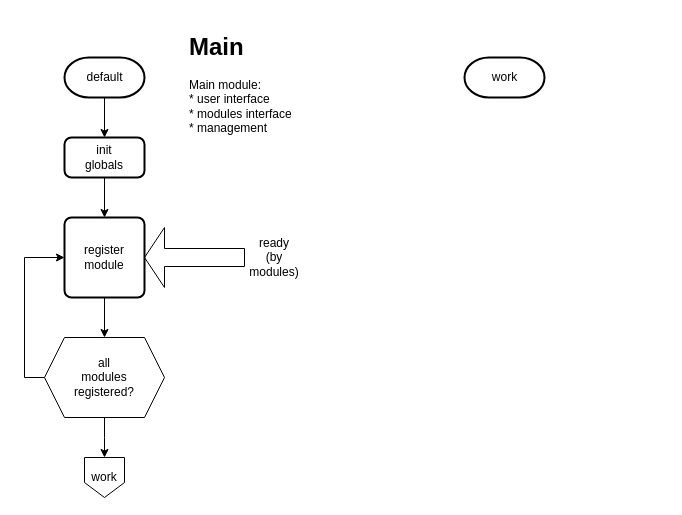
This is NaviSysLite3.drawio from ElweThor/FlowCharts, a draw.io file, before an edit. Source tidied: cells renumbered, new cells numbered last; positions are measured from the earlier drawing's top-left corner, leaving out a move shared by most shapes. Both pictures are drawn from the tidied source at 100%, with x=0, y=0 at pixel (44, 27).
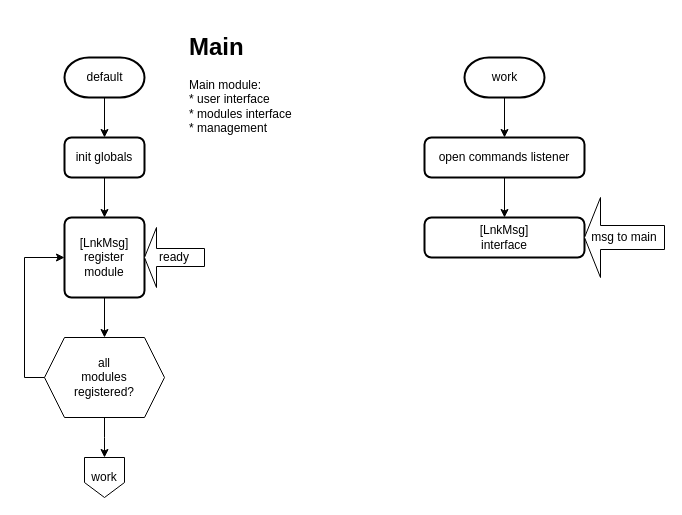
Above is the later version.

The change refers to these unchanged cells:
```xml
<mxCell id="23" value="work" style="shape=mxgraph.flowchart.terminator;strokeWidth=2;gradientColor=none;gradientDirection=north;fontStyle=0;html=1;" parent="1" vertex="1">
  <mxGeometry x="420" y="30" width="80" height="40" as="geometry" />
</mxCell>
```

Diff of the diagram source:
```diff
@@
-    <mxCell id="3" style="group;" parent="1" vertex="1">
-      <mxGeometry x="20" y="110" width="80" height="40" as="geometry" />
-    </mxCell>
-    <mxCell id="4" style="rounded=1;whiteSpace=wrap;html=1;absoluteArcSize=1;arcSize=14;strokeWidth=2;" parent="3" vertex="1">
-      <mxGeometry width="80" height="40" as="geometry" />
-    </mxCell>
-    <mxCell id="5" value="&lt;div&gt;init globals&lt;br&gt;&lt;/div&gt;" style="text;html=1;strokeColor=none;fillColor=none;align=center;verticalAlign=middle;whiteSpace=wrap;rounded=0;" parent="3" vertex="1">
-      <mxGeometry x="24" y="16" width="32" height="8" as="geometry" />
-    </mxCell>
@@
-    <mxCell id="13" style="group;" parent="1" vertex="1">
-      <mxGeometry x="100" y="200" width="150" height="60" as="geometry" />
-    </mxCell>
-    <mxCell id="14" style="shape=singleArrow;direction=west;whiteSpace=wrap;html=1;" parent="13" vertex="1">
-      <mxGeometry width="100" height="60" as="geometry" />
-    </mxCell>
-    <mxCell id="15" value="&lt;div&gt;ready (by modules)&lt;/div&gt;" style="text;html=1;strokeColor=none;fillColor=none;align=center;verticalAlign=middle;whiteSpace=wrap;rounded=0;" parent="13" vertex="1">
-      <mxGeometry x="110" y="20" width="40" height="20" as="geometry" />
-    </mxCell>
-    <mxCell id="16" style="group;" parent="1" vertex="1">
-      <mxGeometry x="20" y="190" width="80" height="80" as="geometry" />
-    </mxCell>
-    <mxCell id="17" style="rounded=1;whiteSpace=wrap;html=1;absoluteArcSize=1;arcSize=14;strokeWidth=2;" parent="16" vertex="1">
-      <mxGeometry width="80" height="80" as="geometry" />
-    </mxCell>
-    <mxCell id="18" value="register module" style="text;html=1;strokeColor=none;fillColor=none;align=center;verticalAlign=middle;whiteSpace=wrap;rounded=0;" parent="16" vertex="1">
-      <mxGeometry x="20" y="30" width="40" height="20" as="geometry" />
-    </mxCell>
@@
+    <mxCell id="24" style="edgeStyle=orthogonalEdgeStyle;rounded=0;jettySize=auto;html=1;exitX=0.5;exitY=1;exitDx=0;exitDy=0;exitPerimeter=0;entryX=0.5;entryY=0;entryDx=0;entryDy=0;" parent="1" edge="1" source="23" target="26">
+      <mxGeometry relative="1" as="geometry" />
+    </mxCell>
@@
+    <mxCell id="25" style="edgeStyle=orthogonalEdgeStyle;rounded=0;jettySize=auto;html=1;exitX=0.5;exitY=1;exitDx=0;exitDy=0;entryX=0.5;entryY=0;entryDx=0;entryDy=0;" parent="1" edge="1" source="26" target="27">
+      <mxGeometry relative="1" as="geometry" />
+    </mxCell>
+    <mxCell id="26" value="open commands listener" style="rounded=1;whiteSpace=wrap;html=1;absoluteArcSize=1;arcSize=14;strokeWidth=2;" parent="1" vertex="1">
+      <mxGeometry x="380" y="110" width="160" height="40" as="geometry" />
+    </mxCell>
+    <mxCell id="4" value="init globals" style="rounded=1;whiteSpace=wrap;html=1;absoluteArcSize=1;arcSize=14;strokeWidth=2;" parent="1" vertex="1">
+      <mxGeometry x="20" y="110" width="80" height="40" as="geometry" />
+    </mxCell>
+    <mxCell id="17" value="&lt;div&gt;[LnkMsg]&lt;/div&gt;&lt;div&gt;register module&lt;br&gt;&lt;/div&gt;" style="rounded=1;whiteSpace=wrap;html=1;absoluteArcSize=1;arcSize=14;strokeWidth=2;" parent="1" vertex="1">
+      <mxGeometry x="20" y="190" width="80" height="80" as="geometry" />
+    </mxCell>
+    <mxCell id="14" value="ready" style="shape=singleArrow;direction=west;whiteSpace=wrap;html=1;" parent="1" vertex="1">
+      <mxGeometry x="100" y="200" width="60" height="60" as="geometry" />
+    </mxCell>
+    <mxCell id="27" value="&lt;div&gt;[LnkMsg]&lt;/div&gt;&lt;div&gt;interface&lt;/div&gt;" style="rounded=1;whiteSpace=wrap;html=1;absoluteArcSize=1;arcSize=14;strokeWidth=2;" parent="1" vertex="1">
+      <mxGeometry x="380" y="190" width="160" height="40" as="geometry" />
+    </mxCell>
+    <mxCell id="28" value="msg to main" style="shape=singleArrow;direction=west;whiteSpace=wrap;html=1;" parent="1" vertex="1">
+      <mxGeometry x="540" y="170" width="80" height="80" as="geometry" />
+    </mxCell>
```
